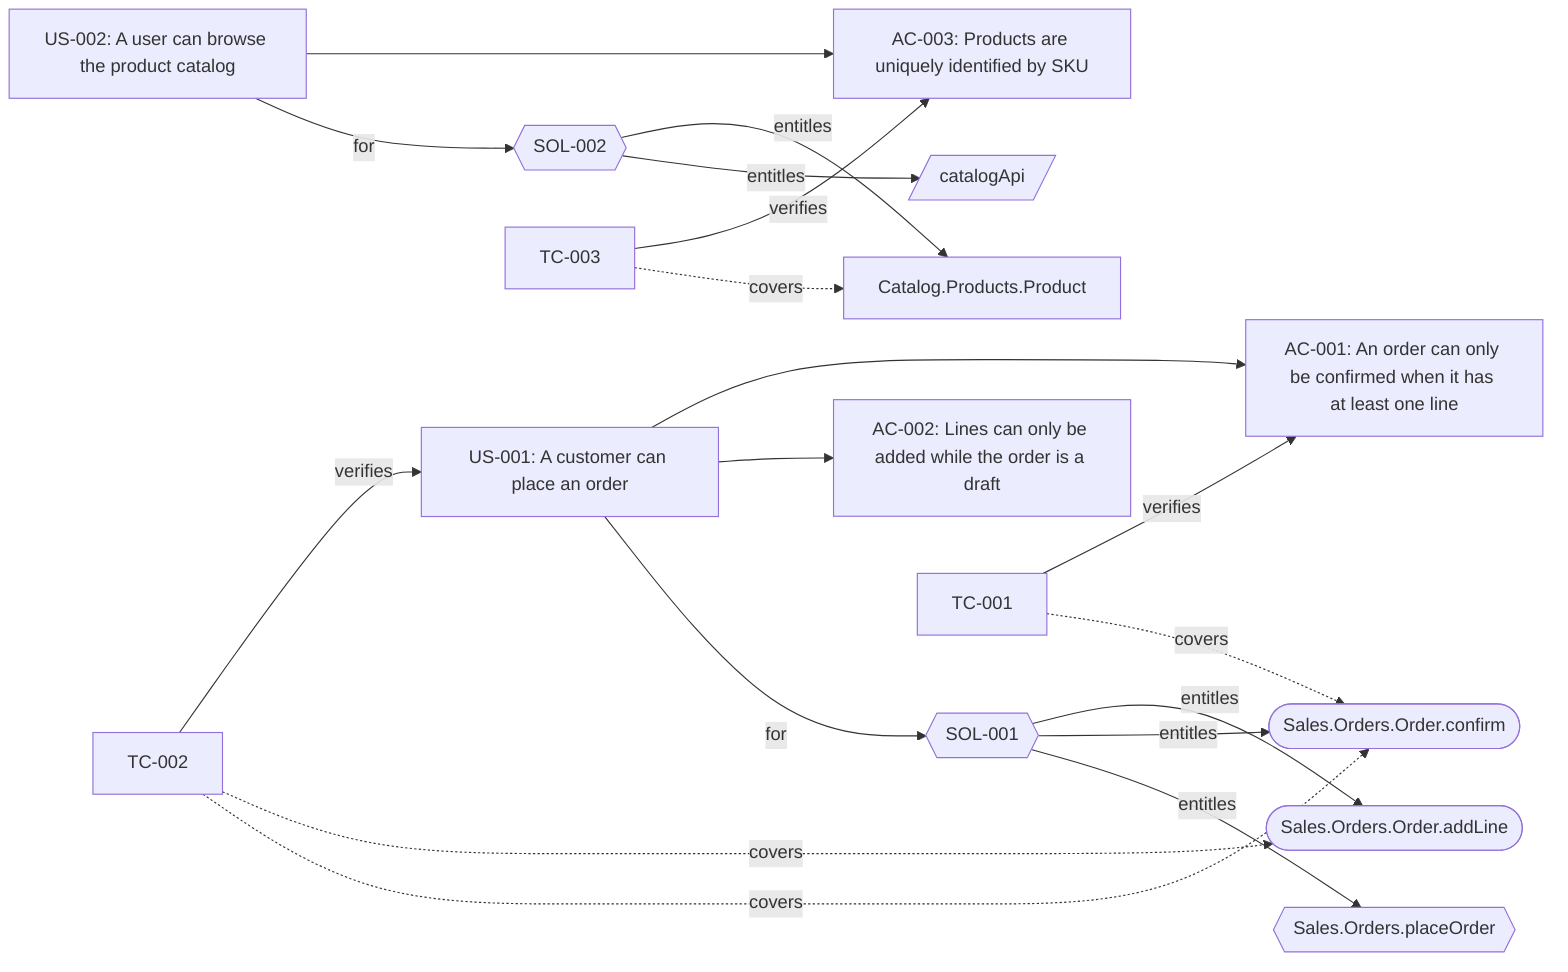
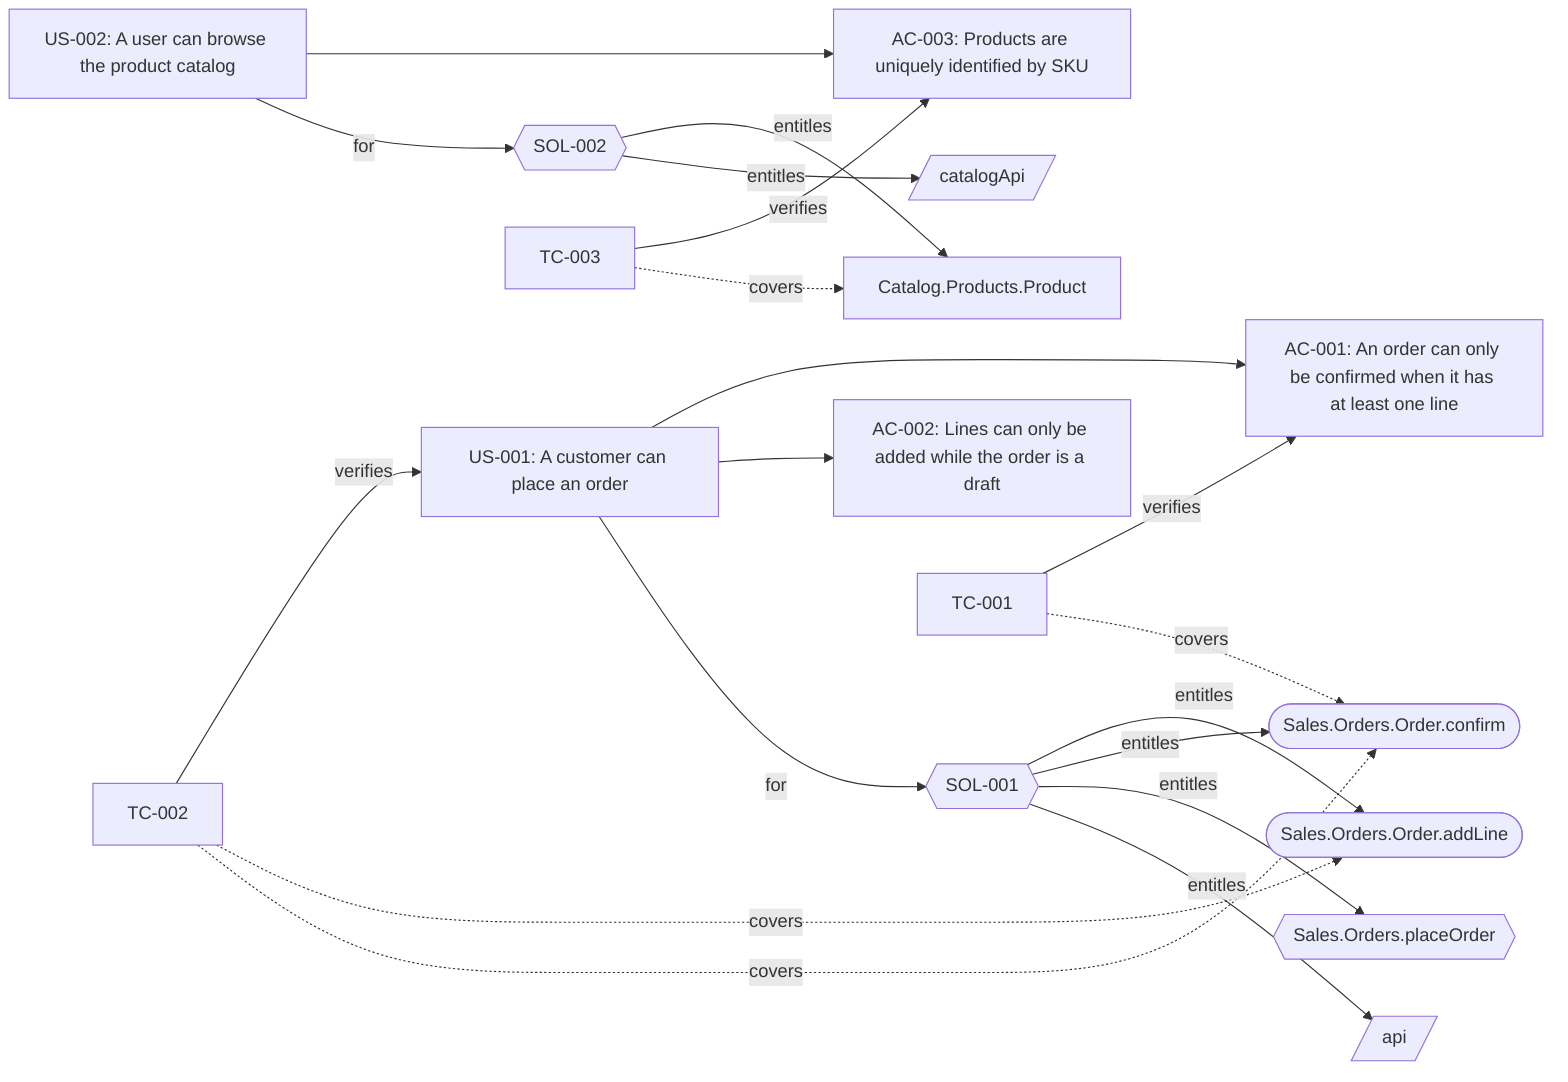
flowchart LR
  r0["US-001: A customer can place an order"]
  r1["AC-001: An order can only be confirmed when it has at least one line"]
  r2["AC-002: Lines can only be added while the order is a draft"]
  r3["US-002: A user can browse the product catalog"]
  r4["AC-003: Products are uniquely identified by SKU"]
  r0 --> r1
  r0 --> r2
  r3 --> r4
  s5{{"SOL-001"}}
  r0 -->|for| s5
  c6(["Sales.Orders.Order.addLine"])
  s5 -->|entitles| c6
  c7(["Sales.Orders.Order.confirm"])
  s5 -->|entitles| c7
  c8{{"Sales.Orders.placeOrder"}}
  s5 -->|entitles| c8
-   s9{{"SOL-002"}}
-   r3 -->|for| s9
-   c10["Catalog.Products.Product"]
-   s9 -->|entitles| c10
-   c11[/"catalogApi"/]
-   s9 -->|entitles| c11
-   t12["TC-001"]
-   t12 -->|verifies| r1
-   t12 -.->|covers| c7
-   t13["TC-002"]
-   t13 -->|verifies| r0
-   t13 -.->|covers| c6
+   c9[/"api"/]
+   s5 -->|entitles| c9
+   s10{{"SOL-002"}}
+   r3 -->|for| s10
+   c11["Catalog.Products.Product"]
+   s10 -->|entitles| c11
+   c12[/"catalogApi"/]
+   s10 -->|entitles| c12
+   t13["TC-001"]
+   t13 -->|verifies| r1
  t13 -.->|covers| c7
-   t14["TC-003"]
-   t14 -->|verifies| r4
-   t14 -.->|covers| c10
+   t14["TC-002"]
+   t14 -->|verifies| r0
+   t14 -.->|covers| c6
+   t14 -.->|covers| c7
+   t15["TC-003"]
+   t15 -->|verifies| r4
+   t15 -.->|covers| c11
